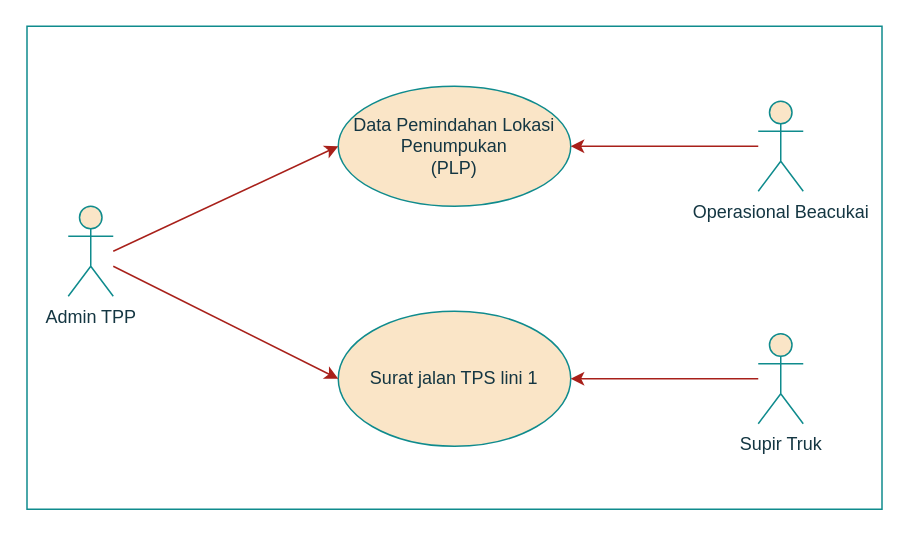
The draw.io diagram page "masuk" (1 of 4) of usecase bab 3 pa tata.drawio in cuangshulhan/Flowchart, before the edit. Source tidied: cells renumbered, new cells numbered last; positions are measured from the earlier drawing's top-left corner, leaving out a move shared by most shapes. Both pictures are drawn from the tidied source at 150%, with x=0, y=0 at pixel (26, 26).
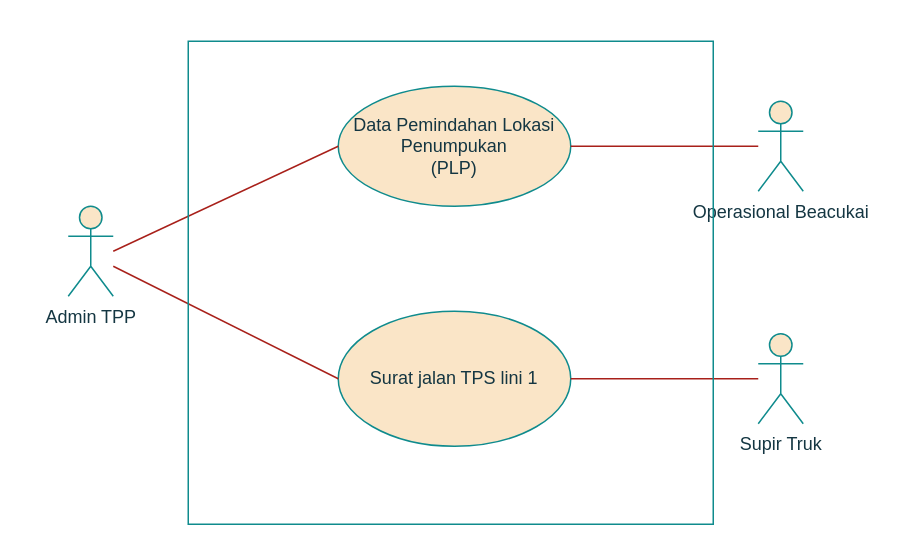
After the change.

Diff of the diagram source:
```diff
@@
 <mxGraphModel>
   <root>
     <mxCell id="0" />
     <mxCell id="1" parent="0" />
     <mxCell id="2" value="Admin TPP" style="shape=umlActor;verticalLabelPosition=bottom;verticalAlign=top;html=1;fillColor=#FAE5C7;strokeColor=#0F8B8D;fontColor=#143642;" parent="1" vertex="1">
       <mxGeometry x="28" y="120" width="30" height="60" as="geometry" />
     </mxCell>
     <mxCell id="3" value="Operasional Beacukai" style="shape=umlActor;verticalLabelPosition=bottom;verticalAlign=top;html=1;fillColor=#FAE5C7;strokeColor=#0F8B8D;fontColor=#143642;" parent="1" vertex="1">
       <mxGeometry x="488" y="50" width="30" height="60" as="geometry" />
     </mxCell>
     <mxCell id="4" value="Supir Truk" style="shape=umlActor;verticalLabelPosition=bottom;verticalAlign=top;html=1;fillColor=#FAE5C7;strokeColor=#0F8B8D;fontColor=#143642;" parent="1" vertex="1">
       <mxGeometry x="488" y="205" width="30" height="60" as="geometry" />
     </mxCell>
     <mxCell id="5" value="&lt;div&gt;Data Pemindahan Lokasi Penumpukan&lt;/div&gt;&lt;div&gt;(PLP)&lt;br&gt;&lt;/div&gt;" style="ellipse;whiteSpace=wrap;html=1;fillColor=#FAE5C7;strokeColor=#0F8B8D;fontColor=#143642;" parent="1" vertex="1">
       <mxGeometry x="208" y="40" width="155" height="80" as="geometry" />
     </mxCell>
     <mxCell id="6" value="Surat jalan TPS lini 1" style="ellipse;whiteSpace=wrap;html=1;fillColor=#FAE5C7;strokeColor=#0F8B8D;fontColor=#143642;" parent="1" vertex="1">
       <mxGeometry x="208" y="190" width="155" height="90" as="geometry" />
     </mxCell>
-    <mxCell id="7" style="endArrow=classic;html=1;entryX=0;entryY=0.5;entryDx=0;entryDy=0;strokeColor=#A8201A;fontColor=#143642;labelBackgroundColor=#DAD2D8;" parent="1" edge="1" target="5">
+    <mxCell id="7" style="endArrow=none;html=1;entryX=0;entryY=0.5;entryDx=0;entryDy=0;strokeColor=#A8201A;fontColor=#143642;labelBackgroundColor=#DAD2D8;endFill=0;" parent="1" edge="1" target="5">
       <mxGeometry relative="1" as="geometry">
         <mxPoint x="58" y="150" as="sourcePoint" />
       </mxGeometry>
     </mxCell>
-    <mxCell id="8" style="endArrow=classic;html=1;entryX=1;entryY=0.5;entryDx=0;entryDy=0;strokeColor=#A8201A;fontColor=#143642;labelBackgroundColor=#DAD2D8;" parent="1" edge="1" source="3" target="5">
+    <mxCell id="8" style="endArrow=none;html=1;entryX=1;entryY=0.5;entryDx=0;entryDy=0;strokeColor=#A8201A;fontColor=#143642;labelBackgroundColor=#DAD2D8;endFill=0;" parent="1" edge="1" source="3" target="5">
       <mxGeometry relative="1" as="geometry" />
     </mxCell>
-    <mxCell id="9" style="endArrow=classic;html=1;entryX=0;entryY=0.5;entryDx=0;entryDy=0;strokeColor=#A8201A;fontColor=#143642;labelBackgroundColor=#DAD2D8;" parent="1" edge="1" target="6">
+    <mxCell id="9" style="endArrow=none;html=1;entryX=0;entryY=0.5;entryDx=0;entryDy=0;strokeColor=#A8201A;fontColor=#143642;labelBackgroundColor=#DAD2D8;endFill=0;" parent="1" edge="1" target="6">
       <mxGeometry relative="1" as="geometry">
         <mxPoint x="58" y="160" as="sourcePoint" />
       </mxGeometry>
     </mxCell>
-    <mxCell id="10" style="endArrow=classic;html=1;entryX=1;entryY=0.5;entryDx=0;entryDy=0;strokeColor=#A8201A;fontColor=#143642;labelBackgroundColor=#DAD2D8;" parent="1" edge="1" source="4" target="6">
+    <mxCell id="10" style="endArrow=none;html=1;entryX=1;entryY=0.5;entryDx=0;entryDy=0;strokeColor=#A8201A;fontColor=#143642;labelBackgroundColor=#DAD2D8;endFill=0;" parent="1" edge="1" source="4" target="6">
       <mxGeometry relative="1" as="geometry" />
     </mxCell>
     <mxCell id="11" style="rounded=0;whiteSpace=wrap;html=1;sketch=0;strokeColor=#0F8B8D;fillColor=none;fontColor=#143642;" parent="1" vertex="1">
-      <mxGeometry x="0.5" width="570" height="322" as="geometry" />
+      <mxGeometry x="108" y="10" width="350" height="322" as="geometry" />
     </mxCell>
   </root>
 </mxGraphModel>
```
